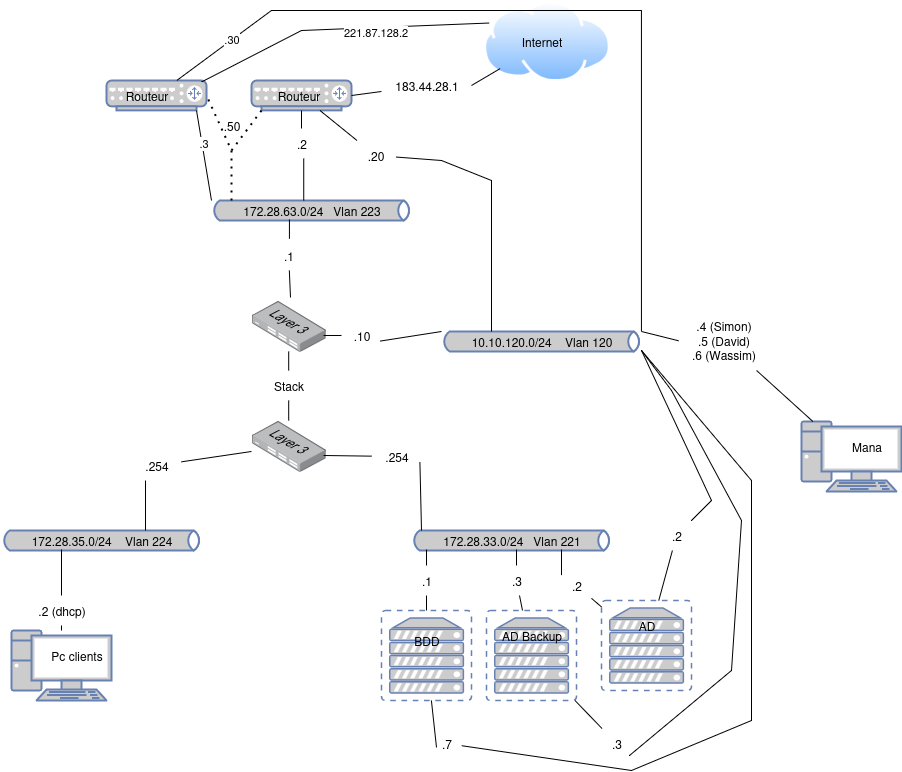
The draw.io diagram docs/images/reseaux/schema-reseaux.png in Sym-0ne/LaPaillasse, before a commit. Source tidied: cells renumbered, new cells last; positions are measured from the earlier drawing's top-left corner, leaving out a move shared by most shapes. Source of this version:
```xml
<mxGraphModel background="#FFFFFF">
  <root>
    <mxCell id="0" />
    <mxCell id="1" parent="0" />
    <mxCell id="2" style="image;points=[];html=1;align=center;shadow=0;dashed=0;image=img/lib/allied_telesis/switch/Switch_24_port_L3.svg;" parent="1" vertex="1">
      <mxGeometry x="250" y="300" width="74.4" height="51" as="geometry" />
    </mxCell>
    <mxCell id="3" style="image;points=[];html=1;align=center;shadow=0;dashed=0;image=img/lib/allied_telesis/switch/Switch_24_port_L3.svg;" parent="1" vertex="1">
      <mxGeometry x="250" y="420" width="74.4" height="51" as="geometry" />
    </mxCell>
    <mxCell id="4" style="endArrow=none;html=1;rounded=0;" parent="1" edge="1" source="6" target="2">
      <mxGeometry relative="1" as="geometry" />
    </mxCell>
    <mxCell id="5" style="endArrow=none;html=1;rounded=0;" parent="1" edge="1" source="3" target="6">
      <mxGeometry relative="1" as="geometry" />
    </mxCell>
    <mxCell id="6" value="Stack" style="text;html=1;align=center;verticalAlign=middle;points=[];strokeColor=none;fillColor=none;" parent="1" vertex="1">
      <mxGeometry x="262.2" y="370" width="50" height="30" as="geometry" />
    </mxCell>
    <mxCell id="7" style="fontColor=#0066CC;verticalAlign=top;verticalLabelPosition=bottom;labelPosition=center;align=center;html=1;outlineConnect=0;fillColor=#CCCCCC;strokeColor=#6881B3;gradientColor=none;gradientDirection=north;strokeWidth=2;shape=mxgraph.networks.pc;" parent="1" vertex="1">
      <mxGeometry x="10" y="630" width="100" height="70" as="geometry" />
    </mxCell>
    <mxCell id="8" style="fontColor=#0066CC;verticalAlign=top;verticalLabelPosition=bottom;labelPosition=center;align=center;html=1;outlineConnect=0;fillColor=#CCCCCC;strokeColor=#6881B3;gradientColor=none;gradientDirection=north;strokeWidth=2;shape=mxgraph.networks.pc;" parent="1" vertex="1">
      <mxGeometry x="800" y="421" width="100" height="70" as="geometry" />
    </mxCell>
    <mxCell id="9" value="&lt;span style=&quot;color: rgb(0, 0, 0);&quot;&gt;172.28.35.0/24&amp;nbsp; &amp;nbsp; Vlan 224&lt;/span&gt;" style="html=1;outlineConnect=0;fillColor=#CCCCCC;strokeColor=#6881B3;gradientColor=none;gradientDirection=north;strokeWidth=2;shape=mxgraph.networks.bus;gradientColor=none;gradientDirection=north;fontColor=#ffffff;perimeter=backbonePerimeter;backboneSize=20;" parent="1" vertex="1">
      <mxGeometry y="530" width="200" height="20" as="geometry" />
    </mxCell>
    <mxCell id="10" value="Pc clients" style="text;html=1;align=center;verticalAlign=middle;strokeColor=none;fillColor=none;" parent="1" vertex="1">
      <mxGeometry x="40" y="640" width="70" height="30" as="geometry" />
    </mxCell>
    <mxCell id="11" style="endArrow=none;html=1;rounded=0;" parent="1" edge="1" source="13" target="9">
      <mxGeometry relative="1" as="geometry" />
    </mxCell>
    <mxCell id="12" style="endArrow=none;html=1;rounded=0;" parent="1" edge="1" source="7" target="13">
      <mxGeometry relative="1" as="geometry" />
    </mxCell>
    <mxCell id="13" value=".2 (dhcp)" style="text;html=1;align=center;verticalAlign=middle;points=[];strokeColor=none;fillColor=none;" parent="1" vertex="1">
      <mxGeometry x="25" y="595" width="70" height="30" as="geometry" />
    </mxCell>
    <mxCell id="14" style="endArrow=none;html=1;rounded=0;" parent="1" edge="1" source="16" target="3">
      <mxGeometry relative="1" as="geometry" />
    </mxCell>
    <mxCell id="15" style="endArrow=none;html=1;rounded=0;" parent="1" edge="1" source="9" target="16">
      <mxGeometry relative="1" as="geometry" />
    </mxCell>
    <mxCell id="16" value=".254" style="text;html=1;align=center;verticalAlign=middle;points=[];strokeColor=none;fillColor=none;" parent="1" vertex="1">
      <mxGeometry x="130" y="450" width="50" height="30" as="geometry" />
    </mxCell>
    <mxCell id="17" value="&lt;span style=&quot;color: rgb(0, 0, 0);&quot;&gt;172.28.63.0/24&amp;nbsp; &amp;nbsp;Vlan 223&lt;/span&gt;" style="html=1;outlineConnect=0;fillColor=#CCCCCC;strokeColor=#6881B3;gradientColor=none;gradientDirection=north;strokeWidth=2;shape=mxgraph.networks.bus;gradientColor=none;gradientDirection=north;fontColor=#ffffff;perimeter=backbonePerimeter;backboneSize=20;" parent="1" vertex="1">
      <mxGeometry x="210" y="200" width="200" height="20" as="geometry" />
    </mxCell>
    <mxCell id="18" value="&lt;span style=&quot;color: rgb(0, 0, 0);&quot;&gt;172.28.33.0/24&amp;nbsp; &amp;nbsp;Vlan 221&lt;/span&gt;" style="html=1;outlineConnect=0;fillColor=#CCCCCC;strokeColor=#6881B3;gradientColor=none;gradientDirection=north;strokeWidth=2;shape=mxgraph.networks.bus;gradientColor=none;gradientDirection=north;fontColor=#ffffff;perimeter=backbonePerimeter;backboneSize=20;" parent="1" vertex="1">
      <mxGeometry x="410" y="530" width="200" height="20" as="geometry" />
    </mxCell>
    <mxCell id="19" value="&lt;div&gt;&lt;span style=&quot;color: rgb(0, 0, 0);&quot;&gt;10.10.120.0/24&amp;nbsp; &amp;nbsp; Vlan 120&lt;/span&gt;&lt;/div&gt;" style="html=1;outlineConnect=0;fillColor=#CCCCCC;strokeColor=#6881B3;gradientColor=none;gradientDirection=north;strokeWidth=2;shape=mxgraph.networks.bus;gradientColor=none;gradientDirection=north;fontColor=#ffffff;perimeter=backbonePerimeter;backboneSize=20;" parent="1" vertex="1">
      <mxGeometry x="440" y="331" width="200" height="20" as="geometry" />
    </mxCell>
    <mxCell id="20" style="fontColor=#0066CC;verticalAlign=top;verticalLabelPosition=bottom;labelPosition=center;align=center;html=1;outlineConnect=0;fillColor=#CCCCCC;strokeColor=#6881B3;gradientColor=none;gradientDirection=north;strokeWidth=2;shape=mxgraph.networks.virtual_server;" parent="1" vertex="1">
      <mxGeometry x="600" y="600" width="90" height="90" as="geometry" />
    </mxCell>
    <mxCell id="21" style="endArrow=none;html=1;rounded=0;exitX=0.968;exitY=0.686;exitDx=0;exitDy=0;exitPerimeter=0;entryX=0.05;entryY=0;entryDx=0;entryDy=0;entryPerimeter=0;" parent="1" edge="1" source="23" target="18">
      <mxGeometry relative="1" as="geometry" />
    </mxCell>
    <mxCell id="22" style="endArrow=none;html=1;rounded=0;exitX=0.968;exitY=0.686;exitDx=0;exitDy=0;exitPerimeter=0;" parent="1" edge="1" source="3" target="23">
      <mxGeometry relative="1" as="geometry" />
    </mxCell>
    <mxCell id="23" value=".254" style="text;html=1;align=center;verticalAlign=middle;points=[];strokeColor=none;fillColor=none;" parent="1" vertex="1">
      <mxGeometry x="370" y="441" width="50" height="30" as="geometry" />
    </mxCell>
    <mxCell id="24" value="AD" style="text;html=1;align=center;verticalAlign=middle;strokeColor=none;fillColor=none;" parent="1" vertex="1">
      <mxGeometry x="625" y="610" width="40" height="30" as="geometry" />
    </mxCell>
    <mxCell id="25" style="endArrow=none;html=1;rounded=0;" parent="1" edge="1" source="27" target="20">
      <mxGeometry relative="1" as="geometry" />
    </mxCell>
    <mxCell id="26" style="endArrow=none;html=1;rounded=0;" parent="1" edge="1" source="18" target="27">
      <mxGeometry relative="1" as="geometry" />
    </mxCell>
    <mxCell id="27" value=".2" style="text;html=1;align=center;verticalAlign=middle;points=[];strokeColor=none;fillColor=none;" parent="1" vertex="1">
      <mxGeometry x="560" y="570" width="30" height="30" as="geometry" />
    </mxCell>
    <mxCell id="28" style="endArrow=none;html=1;rounded=0;exitX=0.524;exitY=-0.059;exitDx=0;exitDy=0;exitPerimeter=0;" parent="1" edge="1" source="30" target="17">
      <mxGeometry relative="1" as="geometry" />
    </mxCell>
    <mxCell id="29" style="endArrow=none;html=1;rounded=0;exitX=0.524;exitY=-0.059;exitDx=0;exitDy=0;exitPerimeter=0;" parent="1" edge="1" source="2" target="30">
      <mxGeometry relative="1" as="geometry" />
    </mxCell>
    <mxCell id="30" value=".1" style="text;html=1;align=center;verticalAlign=middle;points=[];strokeColor=none;fillColor=none;" parent="1" vertex="1">
      <mxGeometry x="272.2" y="240" width="30" height="30" as="geometry" />
    </mxCell>
    <mxCell id="31" style="fontColor=#0066CC;verticalAlign=top;verticalLabelPosition=bottom;labelPosition=center;align=center;html=1;outlineConnect=0;fillColor=#CCCCCC;strokeColor=#6881B3;gradientColor=none;gradientDirection=north;strokeWidth=2;shape=mxgraph.networks.router;" parent="1" vertex="1">
      <mxGeometry x="250" y="80" width="100" height="30" as="geometry" />
    </mxCell>
    <mxCell id="32" style="endArrow=none;html=1;rounded=0;" parent="1" edge="1" source="34" target="31">
      <mxGeometry relative="1" as="geometry" />
    </mxCell>
    <mxCell id="33" style="endArrow=none;html=1;rounded=0;" parent="1" edge="1" source="17" target="34">
      <mxGeometry relative="1" as="geometry" />
    </mxCell>
    <mxCell id="34" value=".2" style="text;html=1;align=center;verticalAlign=middle;points=[];strokeColor=none;fillColor=none;" parent="1" vertex="1">
      <mxGeometry x="285" y="128" width="30" height="30" as="geometry" />
    </mxCell>
    <mxCell id="35" value="Routeur" style="text;html=1;align=center;verticalAlign=middle;strokeColor=none;fillColor=none;" parent="1" vertex="1">
      <mxGeometry x="262.2" y="80" width="70" height="30" as="geometry" />
    </mxCell>
    <mxCell id="36" style="image;perimeter=ellipsePerimeter;html=1;align=center;shadow=0;dashed=0;spacingTop=3;image=img/lib/active_directory/internet_cloud.svg;" parent="1" vertex="1">
      <mxGeometry x="481.4" width="128.6" height="81" as="geometry" />
    </mxCell>
    <mxCell id="37" style="endArrow=none;html=1;rounded=0;exitX=1;exitY=0.5;exitDx=0;exitDy=0;exitPerimeter=0;" parent="1" edge="1" source="39" target="36">
      <mxGeometry relative="1" as="geometry" />
    </mxCell>
    <mxCell id="38" style="endArrow=none;html=1;rounded=0;exitX=1;exitY=0.5;exitDx=0;exitDy=0;exitPerimeter=0;" parent="1" edge="1" source="31" target="39">
      <mxGeometry relative="1" as="geometry" />
    </mxCell>
    <mxCell id="39" value="183.44.28.1" style="text;html=1;align=center;verticalAlign=middle;points=[];strokeColor=none;fillColor=none;" parent="1" vertex="1">
      <mxGeometry x="380" y="70" width="90" height="30" as="geometry" />
    </mxCell>
    <mxCell id="40" style="endArrow=none;html=1;rounded=0;" parent="1" edge="1" source="42" target="8">
      <mxGeometry relative="1" as="geometry" />
    </mxCell>
    <mxCell id="41" style="endArrow=none;html=1;rounded=0;" parent="1" edge="1" source="19" target="42">
      <mxGeometry relative="1" as="geometry" />
    </mxCell>
    <mxCell id="42" value="&lt;div&gt;.4 (Simon)&lt;/div&gt;&lt;div&gt;.5 (David)&lt;/div&gt;&lt;div&gt;.6 (Wassim)&lt;/div&gt;" style="text;html=1;align=center;verticalAlign=middle;points=[];strokeColor=none;fillColor=none;" parent="1" vertex="1">
      <mxGeometry x="677" y="310" width="90" height="60" as="geometry" />
    </mxCell>
    <mxCell id="43" style="endArrow=none;html=1;rounded=0;exitX=0.968;exitY=0.686;exitDx=0;exitDy=0;exitPerimeter=0;" parent="1" edge="1" source="45" target="19">
      <mxGeometry relative="1" as="geometry" />
    </mxCell>
    <mxCell id="44" style="endArrow=none;html=1;rounded=0;exitX=0.968;exitY=0.686;exitDx=0;exitDy=0;exitPerimeter=0;" parent="1" edge="1" source="2" target="45">
      <mxGeometry relative="1" as="geometry" />
    </mxCell>
    <mxCell id="45" value=".10" style="text;html=1;align=center;verticalAlign=middle;points=[];strokeColor=none;fillColor=none;" parent="1" vertex="1">
      <mxGeometry x="340" y="320" width="40" height="30" as="geometry" />
    </mxCell>
    <mxCell id="46" value=".2" style="text;html=1;align=center;verticalAlign=middle;points=[];strokeColor=none;fillColor=none;" parent="1" vertex="1">
      <mxGeometry x="660" y="520" width="30" height="30" as="geometry" />
    </mxCell>
    <mxCell id="47" style="endArrow=none;html=1;rounded=0;" parent="1" edge="1" source="46" target="19">
      <mxGeometry relative="1" as="geometry">
        <Array as="points">
          <mxPoint x="710" y="500" />
        </Array>
      </mxGeometry>
    </mxCell>
    <mxCell id="48" value="Internet" style="text;html=1;align=center;verticalAlign=middle;strokeColor=none;fillColor=none;" parent="1" vertex="1">
      <mxGeometry x="510" y="25.5" width="60" height="30" as="geometry" />
    </mxCell>
    <mxCell id="49" value="Mana" style="text;html=1;align=center;verticalAlign=middle;strokeColor=none;fillColor=none;" parent="1" vertex="1">
      <mxGeometry x="840" y="430.5" width="50" height="30" as="geometry" />
    </mxCell>
    <mxCell id="50" style="endArrow=none;html=1;rounded=0;" parent="1" edge="1" source="52" target="31">
      <mxGeometry relative="1" as="geometry" />
    </mxCell>
    <mxCell id="51" style="endArrow=none;html=1;rounded=0;" parent="1" edge="1" source="19" target="52">
      <mxGeometry relative="1" as="geometry">
        <Array as="points">
          <mxPoint x="490" y="180" />
          <mxPoint x="440" y="160" />
        </Array>
      </mxGeometry>
    </mxCell>
    <mxCell id="52" value=".20" style="text;html=1;align=center;verticalAlign=middle;points=[];strokeColor=none;fillColor=none;" parent="1" vertex="1">
      <mxGeometry x="354" y="140" width="40" height="30" as="geometry" />
    </mxCell>
    <mxCell id="53" style="fontColor=#0066CC;verticalAlign=top;verticalLabelPosition=bottom;labelPosition=center;align=center;html=1;outlineConnect=0;fillColor=#CCCCCC;strokeColor=#6881B3;gradientColor=none;gradientDirection=north;strokeWidth=2;shape=mxgraph.networks.virtual_server;" parent="1" vertex="1">
      <mxGeometry x="485" y="610" width="90" height="90" as="geometry" />
    </mxCell>
    <mxCell id="54" style="fontColor=#0066CC;verticalAlign=top;verticalLabelPosition=bottom;labelPosition=center;align=center;html=1;outlineConnect=0;fillColor=#CCCCCC;strokeColor=#6881B3;gradientColor=none;gradientDirection=north;strokeWidth=2;shape=mxgraph.networks.virtual_server;" parent="1" vertex="1">
      <mxGeometry x="380" y="610" width="90" height="90" as="geometry" />
    </mxCell>
    <mxCell id="55" value="AD Backup" style="text;html=1;align=center;verticalAlign=middle;strokeColor=none;fillColor=none;" parent="1" vertex="1">
      <mxGeometry x="490" y="620" width="80" height="30" as="geometry" />
    </mxCell>
    <mxCell id="56" style="endArrow=none;html=1;rounded=0;" parent="1" edge="1" source="58" target="18">
      <mxGeometry relative="1" as="geometry" />
    </mxCell>
    <mxCell id="57" style="endArrow=none;html=1;rounded=0;" parent="1" edge="1" source="53" target="58">
      <mxGeometry relative="1" as="geometry" />
    </mxCell>
    <mxCell id="58" value=".3" style="text;html=1;align=center;verticalAlign=middle;points=[];strokeColor=none;fillColor=none;" parent="1" vertex="1">
      <mxGeometry x="500" y="565" width="30" height="30" as="geometry" />
    </mxCell>
    <mxCell id="59" style="endArrow=none;html=1;rounded=0;" parent="1" edge="1" source="20" target="46">
      <mxGeometry relative="1" as="geometry" />
    </mxCell>
    <mxCell id="60" value="BDD" style="text;html=1;align=center;verticalAlign=middle;strokeColor=none;fillColor=none;" parent="1" vertex="1">
      <mxGeometry x="400" y="625" width="50" height="30" as="geometry" />
    </mxCell>
    <mxCell id="61" style="endArrow=none;html=1;rounded=0;" parent="1" edge="1" source="63" target="18">
      <mxGeometry relative="1" as="geometry" />
    </mxCell>
    <mxCell id="62" style="endArrow=none;html=1;rounded=0;" parent="1" edge="1" source="54" target="63">
      <mxGeometry relative="1" as="geometry" />
    </mxCell>
    <mxCell id="63" value=".1" style="text;html=1;align=center;verticalAlign=middle;points=[];strokeColor=none;fillColor=none;" parent="1" vertex="1">
      <mxGeometry x="410" y="565" width="30" height="30" as="geometry" />
    </mxCell>
    <mxCell id="64" value=".3" style="text;html=1;align=center;verticalAlign=middle;points=[];strokeColor=none;fillColor=none;" parent="1" vertex="1">
      <mxGeometry x="600" y="728" width="30" height="30" as="geometry" />
    </mxCell>
    <mxCell id="65" style="endArrow=none;html=1;rounded=0;" parent="1" edge="1" source="53" target="64">
      <mxGeometry relative="1" as="geometry" />
    </mxCell>
    <mxCell id="66" style="endArrow=none;html=1;rounded=0;exitX=0.933;exitY=0.9;exitDx=0;exitDy=0;exitPerimeter=0;" parent="1" edge="1" source="64" target="19">
      <mxGeometry relative="1" as="geometry">
        <Array as="points">
          <mxPoint x="730" y="670" />
          <mxPoint x="740" y="520" />
          <mxPoint x="670" y="390" />
        </Array>
      </mxGeometry>
    </mxCell>
    <mxCell id="67" value=".7" style="text;html=1;align=center;verticalAlign=middle;points=[];strokeColor=none;fillColor=none;" parent="1" vertex="1">
      <mxGeometry x="430" y="728" width="30" height="30" as="geometry" />
    </mxCell>
    <mxCell id="68" style="endArrow=none;html=1;rounded=0;exitX=0.167;exitY=0.633;exitDx=0;exitDy=0;exitPerimeter=0;" parent="1" edge="1" source="67" target="54">
      <mxGeometry relative="1" as="geometry" />
    </mxCell>
    <mxCell id="69" style="endArrow=none;html=1;rounded=0;" parent="1" edge="1" source="19" target="67">
      <mxGeometry relative="1" as="geometry">
        <Array as="points">
          <mxPoint x="750" y="480" />
          <mxPoint x="750" y="720" />
          <mxPoint x="630" y="770" />
        </Array>
      </mxGeometry>
    </mxCell>
    <mxCell id="70" style="fontColor=#0066CC;verticalAlign=top;verticalLabelPosition=bottom;labelPosition=center;align=center;html=1;outlineConnect=0;fillColor=#CCCCCC;strokeColor=#6881B3;gradientColor=none;gradientDirection=north;strokeWidth=2;shape=mxgraph.networks.router;" parent="1" vertex="1">
      <mxGeometry x="105" y="80" width="100" height="30" as="geometry" />
    </mxCell>
    <mxCell id="71" value="Routeur" style="text;html=1;align=center;verticalAlign=middle;strokeColor=none;fillColor=none;" parent="1" vertex="1">
      <mxGeometry x="110" y="80" width="70" height="30" as="geometry" />
    </mxCell>
    <mxCell id="72" style="endArrow=none;html=1;rounded=0;entryX=0.9;entryY=1;entryDx=0;entryDy=0;entryPerimeter=0;" parent="1" edge="1" source="17" target="70">
      <mxGeometry relative="1" as="geometry" />
    </mxCell>
    <mxCell id="73" value=".3" style="edgeLabel;html=1;align=center;verticalAlign=middle;" parent="72" vertex="1">
      <mxGeometry x="0.28" relative="1" as="geometry">
        <mxPoint x="1" as="offset" />
      </mxGeometry>
    </mxCell>
    <mxCell id="74" style="endArrow=none;html=1;rounded=0;entryX=0;entryY=0.25;entryDx=0;entryDy=0;exitX=0.95;exitY=0.05;exitDx=0;exitDy=0;exitPerimeter=0;" parent="1" edge="1" source="70" target="36">
      <mxGeometry relative="1" as="geometry">
        <Array as="points">
          <mxPoint x="300" y="30" />
        </Array>
      </mxGeometry>
    </mxCell>
    <mxCell id="75" value="221.87.128.2" style="edgeLabel;html=1;align=center;verticalAlign=middle;" parent="74" vertex="1">
      <mxGeometry x="0.24" y="-4" relative="1" as="geometry" />
    </mxCell>
    <mxCell id="76" style="endArrow=none;dashed=1;html=1;dashPattern=1 3;strokeWidth=2;rounded=0;entryX=1;entryY=0.5;entryDx=0;entryDy=0;entryPerimeter=0;" parent="1" edge="1" source="17" target="70">
      <mxGeometry relative="1" as="geometry">
        <Array as="points">
          <mxPoint x="230" y="150" />
        </Array>
      </mxGeometry>
    </mxCell>
    <mxCell id="77" style="endArrow=none;dashed=1;html=1;dashPattern=1 3;strokeWidth=2;rounded=0;entryX=0.1;entryY=1;entryDx=0;entryDy=0;entryPerimeter=0;" parent="1" edge="1" target="31">
      <mxGeometry relative="1" as="geometry">
        <mxPoint x="230" y="150" as="sourcePoint" />
      </mxGeometry>
    </mxCell>
    <mxCell id="78" value="&lt;div&gt;.50&lt;/div&gt;" style="text;html=1;align=center;verticalAlign=middle;strokeColor=none;fillColor=none;" parent="1" vertex="1">
      <mxGeometry x="210" y="110" width="40" height="30" as="geometry" />
    </mxCell>
    <mxCell id="79" style="endArrow=none;html=1;rounded=0;" parent="1" edge="1" source="70" target="19">
      <mxGeometry relative="1" as="geometry">
        <Array as="points">
          <mxPoint x="270" y="10" />
          <mxPoint x="640" y="10" />
        </Array>
      </mxGeometry>
    </mxCell>
    <mxCell id="80" value=".30" style="edgeLabel;html=1;align=center;verticalAlign=middle;" parent="79" vertex="1">
      <mxGeometry x="-0.83" relative="1" as="geometry">
        <mxPoint x="-1" as="offset" />
      </mxGeometry>
    </mxCell>
  </root>
</mxGraphModel>
```
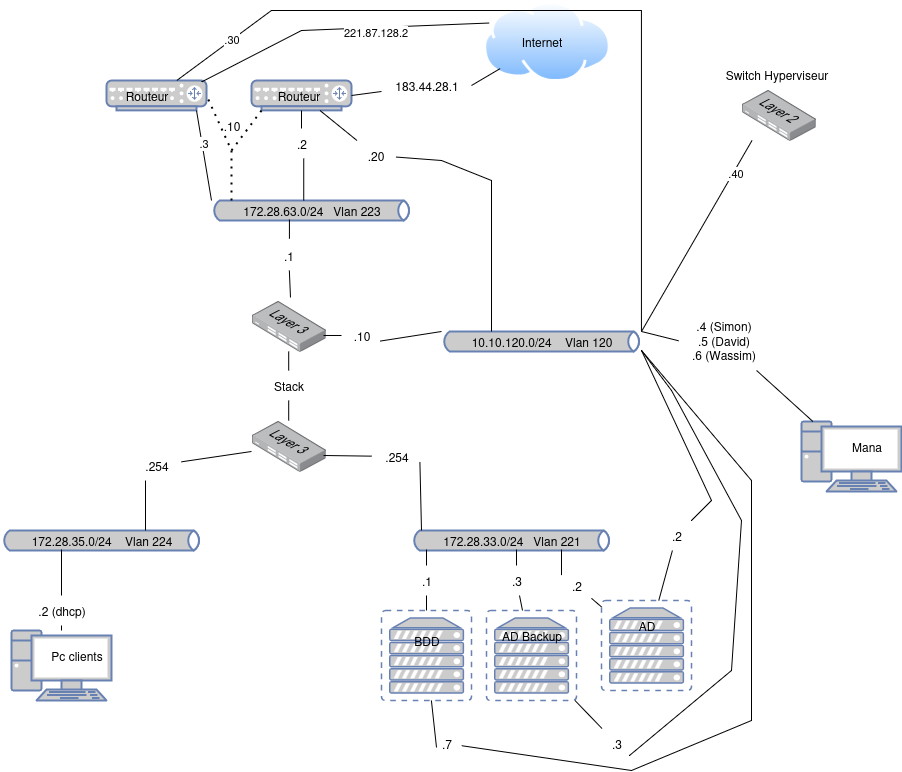
The same file after the commit.

Commit message:
schema changée

Diff of the diagram source:
```diff
@@ -263,7 +263,7 @@
         <mxPoint x="230" y="150" as="sourcePoint" />
       </mxGeometry>
     </mxCell>
-    <mxCell id="78" value="&lt;div&gt;.50&lt;/div&gt;" style="text;html=1;align=center;verticalAlign=middle;strokeColor=none;fillColor=none;" parent="1" vertex="1">
+    <mxCell id="78" value="&lt;div&gt;.10&lt;/div&gt;" style="text;html=1;align=center;verticalAlign=middle;strokeColor=none;fillColor=none;" parent="1" vertex="1">
       <mxGeometry x="210" y="110" width="40" height="30" as="geometry" />
     </mxCell>
     <mxCell id="79" style="endArrow=none;html=1;rounded=0;" parent="1" edge="1" source="70" target="19">
@@ -279,5 +279,17 @@
         <mxPoint x="-1" as="offset" />
       </mxGeometry>
     </mxCell>
+    <mxCell id="81" style="image;points=[];html=1;align=center;shadow=0;dashed=0;image=img/lib/allied_telesis/switch/Switch_24_port_L2.svg;" parent="1" vertex="1">
+      <mxGeometry x="740" y="89" width="74.4" height="51" as="geometry" />
+    </mxCell>
+    <mxCell id="82" style="endArrow=none;html=1;rounded=0;" parent="1" edge="1" source="19" target="81">
+      <mxGeometry relative="1" as="geometry" />
+    </mxCell>
+    <mxCell id="83" value=".40" style="edgeLabel;html=1;align=center;verticalAlign=middle;" parent="82" vertex="1">
+      <mxGeometry x="0.67" y="-1" relative="1" as="geometry" />
+    </mxCell>
+    <mxCell id="84" value="Switch Hyperviseur" style="text;html=1;align=center;verticalAlign=middle;strokeColor=none;fillColor=none;" parent="1" vertex="1">
+      <mxGeometry x="710" y="59" width="130" height="30" as="geometry" />
+    </mxCell>
   </root>
 </mxGraphModel>
```
